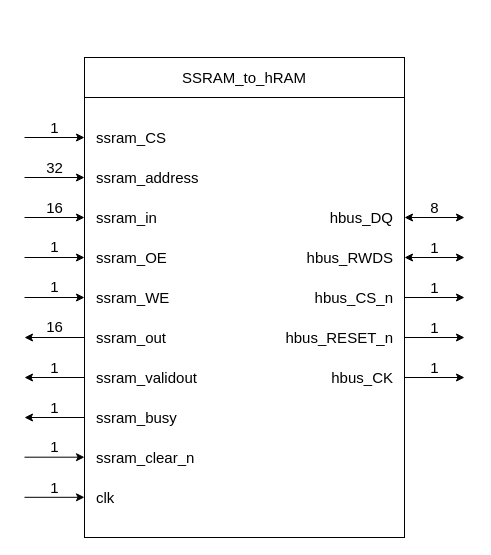
AndreaBononi/IP_cores keeps this draw.io diagram as page "SSRAM_to_hRAM" (1 of 4) of IP_cores/AvalonMM_to_hRAM/SSRAM_to_hRAM_v1/rtl/SSRAM_to_hRAM.drawio. Above is the earlier version. Source tidied: cells renumbered, new cells numbered last; positions are measured from the earlier drawing's top-left corner, leaving out a move shared by most shapes. Both pictures are drawn from the tidied source at 100%, with x=0, y=0 at pixel (24, 57).
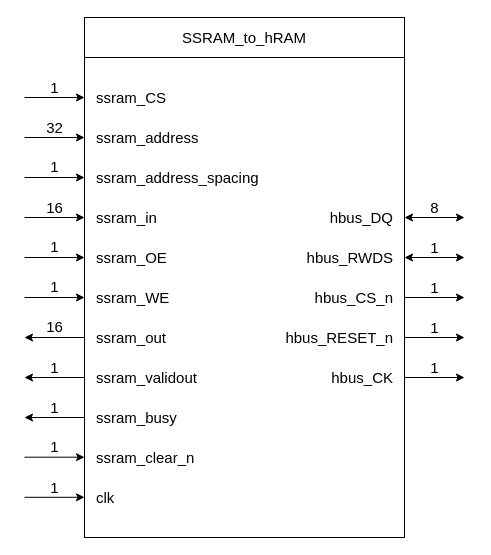
The same diagram, later.

Commit message (it also covers changes not shown here):
SSRAM to hRAM rtl design

Diff of the diagram source:
```diff
@@
     <mxCell id="2" style="rounded=0;whiteSpace=wrap;html=1;" parent="1" vertex="1">
-      <mxGeometry x="60" y="40" width="320" height="440" as="geometry" />
+      <mxGeometry x="60" width="320" height="480" as="geometry" />
     </mxCell>
@@
     <mxCell id="8" value="SSRAM_to_hRAM" style="rounded=0;whiteSpace=wrap;html=1;fontSize=15;" parent="1" vertex="1">
-      <mxGeometry x="60" width="320" height="40" as="geometry" />
+      <mxGeometry x="60" y="-40" width="320" height="40" as="geometry" />
     </mxCell>
@@
     <mxCell id="24" value="1" style="text;html=1;align=center;verticalAlign=middle;strokeColor=none;fillColor=none;fontSize=15;" parent="1" vertex="1">
-      <mxGeometry x="20" y="60" width="20" height="20" as="geometry" />
+      <mxGeometry x="20" y="20" width="20" height="20" as="geometry" />
     </mxCell>
@@
     <mxCell id="26" value="32" style="text;html=1;align=center;verticalAlign=middle;strokeColor=none;fillColor=none;fontSize=15;" parent="1" vertex="1">
-      <mxGeometry x="10" y="95" width="40" height="30" as="geometry" />
+      <mxGeometry x="10" y="55" width="40" height="30" as="geometry" />
     </mxCell>
     <mxCell id="27" value="&lt;font style=&quot;font-size: 15px;&quot;&gt;ssram_&lt;/font&gt;&lt;font style=&quot;font-size: 15px;&quot;&gt;&lt;font style=&quot;font-size: 15px;&quot;&gt;address&lt;/font&gt;&lt;/font&gt;" style="text;html=1;align=left;verticalAlign=middle;strokeColor=none;fillColor=none;" parent="1" vertex="1">
-      <mxGeometry x="70" y="105" width="130" height="30" as="geometry" />
+      <mxGeometry x="70" y="65" width="130" height="30" as="geometry" />
     </mxCell>
@@
     <mxCell id="34" value="&lt;font style=&quot;font-size: 15px;&quot;&gt;ssram_&lt;/font&gt;&lt;font style=&quot;font-size: 15px;&quot;&gt;&lt;font style=&quot;font-size: 15px;&quot;&gt;CS&lt;/font&gt;&lt;/font&gt;" style="text;html=1;align=left;verticalAlign=middle;strokeColor=none;fillColor=none;" parent="1" vertex="1">
-      <mxGeometry x="70" y="65" width="90" height="30" as="geometry" />
+      <mxGeometry x="70" y="25" width="90" height="30" as="geometry" />
     </mxCell>
@@
     <mxCell id="37" style="endArrow=classic;html=1;rounded=0;fontSize=15;" parent="1" edge="1">
       <mxGeometry relative="1" as="geometry">
-        <mxPoint y="120" as="sourcePoint" />
-        <mxPoint x="60" y="120" as="targetPoint" />
+        <mxPoint y="80" as="sourcePoint" />
+        <mxPoint x="60" y="80" as="targetPoint" />
       </mxGeometry>
     </mxCell>
     <mxCell id="38" style="endArrow=classic;html=1;rounded=0;fontSize=15;" parent="1" edge="1">
       <mxGeometry relative="1" as="geometry">
-        <mxPoint y="80" as="sourcePoint" />
-        <mxPoint x="60" y="80" as="targetPoint" />
+        <mxPoint y="40" as="sourcePoint" />
+        <mxPoint x="60" y="40" as="targetPoint" />
       </mxGeometry>
     </mxCell>
@@
+    <mxCell id="49" style="endArrow=classic;html=1;rounded=0;fontSize=15;" parent="1" edge="1">
+      <mxGeometry relative="1" as="geometry">
+        <mxPoint y="120" as="sourcePoint" />
+        <mxPoint x="60" y="120" as="targetPoint" />
+      </mxGeometry>
+    </mxCell>
+    <mxCell id="50" value="1" style="text;html=1;align=center;verticalAlign=middle;strokeColor=none;fillColor=none;fontSize=15;" parent="1" vertex="1">
+      <mxGeometry x="20" y="99.3" width="20" height="20" as="geometry" />
+    </mxCell>
+    <mxCell id="51" value="&lt;font style=&quot;font-size: 15px;&quot;&gt;ssram_address_spacing&lt;/font&gt;" style="text;html=1;align=left;verticalAlign=middle;strokeColor=none;fillColor=none;rotation=0;" parent="1" vertex="1">
+      <mxGeometry x="70" y="105" width="190" height="30" as="geometry" />
+    </mxCell>
```
